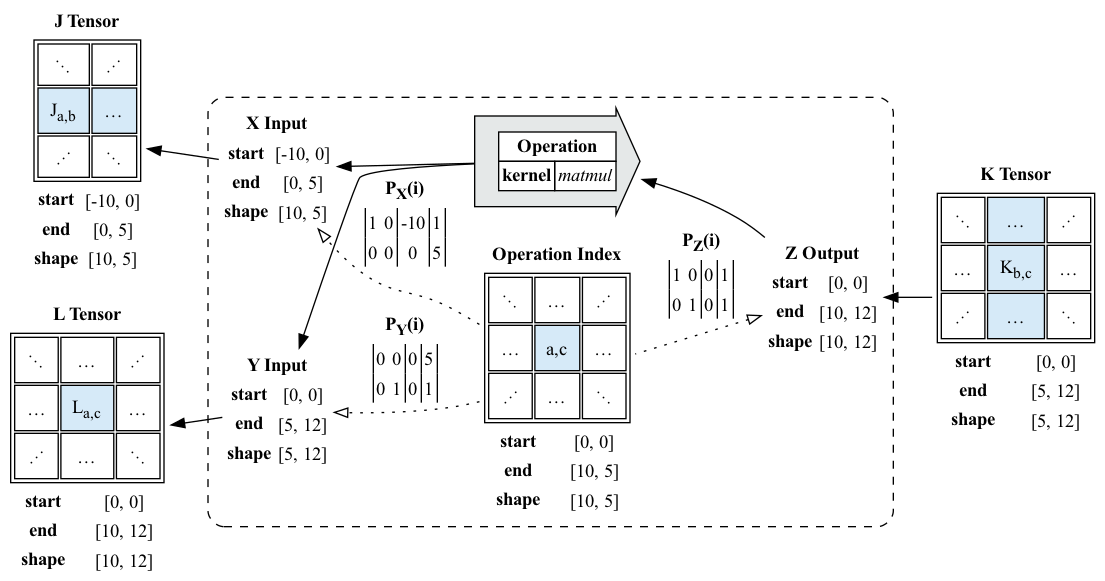
The Graphviz diagram docs/PolyhedralTypes/PolyhedralTypeSignatures/matmul.example.dot.png in crutcher/tapestry, before a commit. Its source is kept beside it as docs/PolyhedralTypes/PolyhedralTypeSignatures/matmul.example.dot.
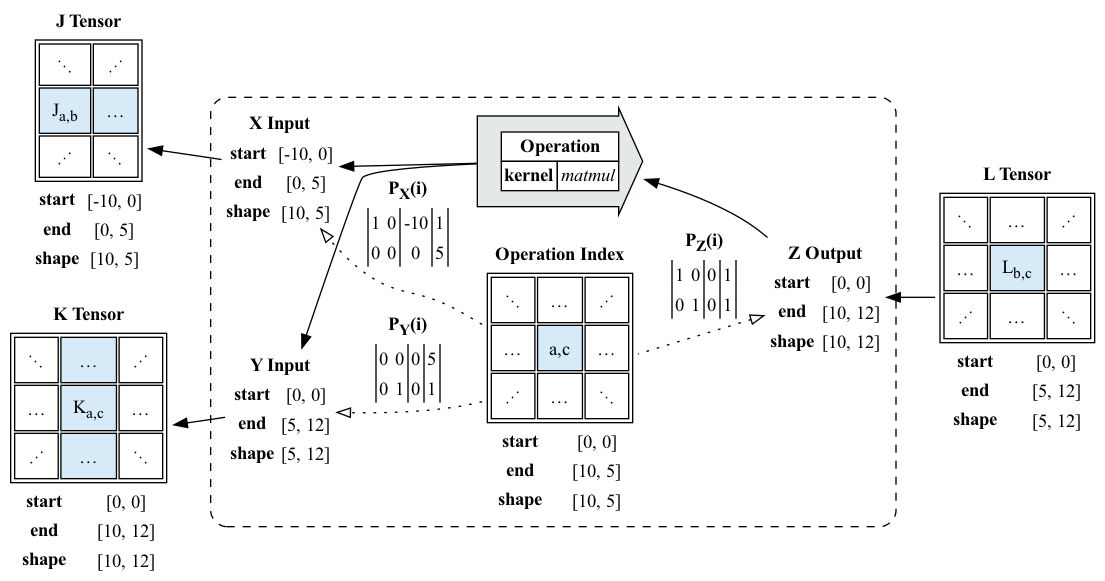
The same diagram one commit later.

Commit message:
Update matmul example documentation

Revised the matmul example in the PolyhedralTypeSignatures documentation, swapping the roles of the "L" and "K" Tensors. This updated example now accurately represents the behavior and application of these Tensors in the existing codebase.

What changed in the source:
```diff
@@ -33,22 +33,22 @@
         shape="plain",
         label=<
 <table border="0">
-<tr><td colspan="2"><b>L Tensor</b></td></tr>
+<tr><td colspan="2"><b>K Tensor</b></td></tr>
 <tr><td colspan="2">
         <table cellpadding="8">
             <tr>
                 <td>⋱</td>
-                <td>…</td>
+                <td bgcolor="#D6EAF8">…</td>
                 <td>⋰</td>
                 </tr>
             <tr>
                 <td>…</td>
-                <td bgcolor="#D6EAF8">L<sub>a,c</sub></td>
+                <td bgcolor="#D6EAF8">K<sub>a,c</sub></td>
                 <td>…</td>
                 </tr>
             <tr>
                 <td>⋰</td>
-                <td>…</td>
+                <td bgcolor="#D6EAF8">…</td>
                 <td>⋱</td>
                 </tr>
             </table>
@@ -65,22 +65,22 @@
         shape="plain",
         label=<
 <table border="0">
-<tr><td colspan="2"><b>K Tensor</b></td></tr>
+<tr><td colspan="2"><b>L Tensor</b></td></tr>
 <tr><td colspan="2">
         <table cellpadding="8">
             <tr>
                 <td>⋱</td>
-                <td bgcolor="#D6EAF8">…</td>
+                <td>…</td>
                 <td>⋰</td>
                 </tr>
             <tr>
                 <td>…</td>
-                <td bgcolor="#D6EAF8">K<sub>b,c</sub></td>
+                <td bgcolor="#D6EAF8">L<sub>b,c</sub></td>
                 <td>…</td>
                 </tr>
             <tr>
                 <td>⋰</td>
-                <td bgcolor="#D6EAF8">…</td>
+                <td>…</td>
                 <td>⋱</td>
                 </tr>
             </table>
```
